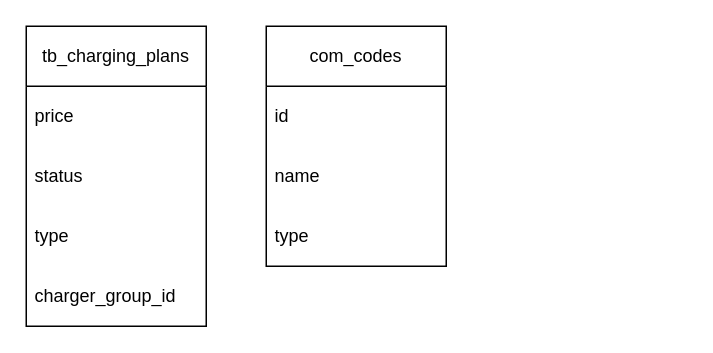
This is diagrams/제목 없는 다이어그램.drawio from ingini/Project, a draw.io file, before an edit. Source tidied: cells renumbered, new cells numbered last; positions are measured from the earlier drawing's top-left corner, leaving out a move shared by most shapes. Both pictures are drawn from the tidied source at 150%, with x=0, y=0 at pixel (26, 26).
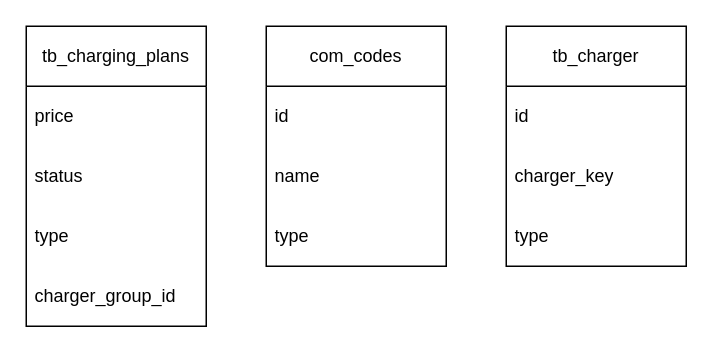
After the change.

Commit message:
제목 없는 다이어그램.drawio 업데이트

Diff of the diagram source:
```diff
@@
 <mxGraphModel>
   <root>
     <mxCell id="0" />
     <mxCell id="1" parent="0" />
     <mxCell id="2" value="tb_charging_plans" style="swimlane;fontStyle=0;horizontal=1;startSize=40;whiteSpace=wrap;html=1;" parent="1" vertex="1">
       <mxGeometry width="120" height="200" as="geometry" />
     </mxCell>
     <mxCell id="3" value="price" style="text;strokeColor=none;fillColor=none;align=left;verticalAlign=middle;spacingLeft=4;spacingRight=4;overflow=hidden;whiteSpace=wrap;html=1;" parent="2" vertex="1">
       <mxGeometry y="40" width="120" height="40" as="geometry" />
     </mxCell>
     <mxCell id="4" value="status" style="text;strokeColor=none;fillColor=none;align=left;verticalAlign=middle;spacingLeft=4;spacingRight=4;overflow=hidden;whiteSpace=wrap;html=1;" parent="2" vertex="1">
       <mxGeometry y="80" width="120" height="40" as="geometry" />
     </mxCell>
     <mxCell id="5" value="type" style="text;strokeColor=none;fillColor=none;align=left;verticalAlign=middle;spacingLeft=4;spacingRight=4;overflow=hidden;whiteSpace=wrap;html=1;" parent="2" vertex="1">
       <mxGeometry y="120" width="120" height="40" as="geometry" />
     </mxCell>
     <mxCell id="6" value="charger_group_id" style="text;strokeColor=none;fillColor=none;align=left;verticalAlign=middle;spacingLeft=4;spacingRight=4;overflow=hidden;whiteSpace=wrap;html=1;" parent="2" vertex="1">
       <mxGeometry y="160" width="120" height="40" as="geometry" />
     </mxCell>
     <mxCell id="7" value="com_codes" style="swimlane;fontStyle=0;horizontal=1;startSize=40;whiteSpace=wrap;html=1;" parent="1" vertex="1">
       <mxGeometry x="160" width="120" height="160" as="geometry" />
     </mxCell>
     <mxCell id="8" value="id" style="text;strokeColor=none;fillColor=none;align=left;verticalAlign=middle;spacingLeft=4;spacingRight=4;overflow=hidden;whiteSpace=wrap;html=1;" parent="7" vertex="1">
       <mxGeometry y="40" width="120" height="40" as="geometry" />
     </mxCell>
     <mxCell id="9" value="name" style="text;strokeColor=none;fillColor=none;align=left;verticalAlign=middle;spacingLeft=4;spacingRight=4;overflow=hidden;whiteSpace=wrap;html=1;" parent="7" vertex="1">
       <mxGeometry y="80" width="120" height="40" as="geometry" />
     </mxCell>
     <mxCell id="10" value="type" style="text;strokeColor=none;fillColor=none;align=left;verticalAlign=middle;spacingLeft=4;spacingRight=4;overflow=hidden;whiteSpace=wrap;html=1;" parent="7" vertex="1">
       <mxGeometry y="120" width="120" height="40" as="geometry" />
     </mxCell>
+    <mxCell id="11" value="tb_charger" style="swimlane;fontStyle=0;horizontal=1;startSize=40;whiteSpace=wrap;html=1;" parent="1" vertex="1">
+      <mxGeometry x="320" width="120" height="160" as="geometry" />
+    </mxCell>
+    <mxCell id="12" value="id" style="text;strokeColor=none;fillColor=none;align=left;verticalAlign=middle;spacingLeft=4;spacingRight=4;overflow=hidden;whiteSpace=wrap;html=1;" parent="11" vertex="1">
+      <mxGeometry y="40" width="120" height="40" as="geometry" />
+    </mxCell>
+    <mxCell id="13" value="charger_key" style="text;strokeColor=none;fillColor=none;align=left;verticalAlign=middle;spacingLeft=4;spacingRight=4;overflow=hidden;whiteSpace=wrap;html=1;" parent="11" vertex="1">
+      <mxGeometry y="80" width="120" height="40" as="geometry" />
+    </mxCell>
+    <mxCell id="14" value="type" style="text;strokeColor=none;fillColor=none;align=left;verticalAlign=middle;spacingLeft=4;spacingRight=4;overflow=hidden;whiteSpace=wrap;html=1;" parent="11" vertex="1">
+      <mxGeometry y="120" width="120" height="40" as="geometry" />
+    </mxCell>
   </root>
 </mxGraphModel>
```
